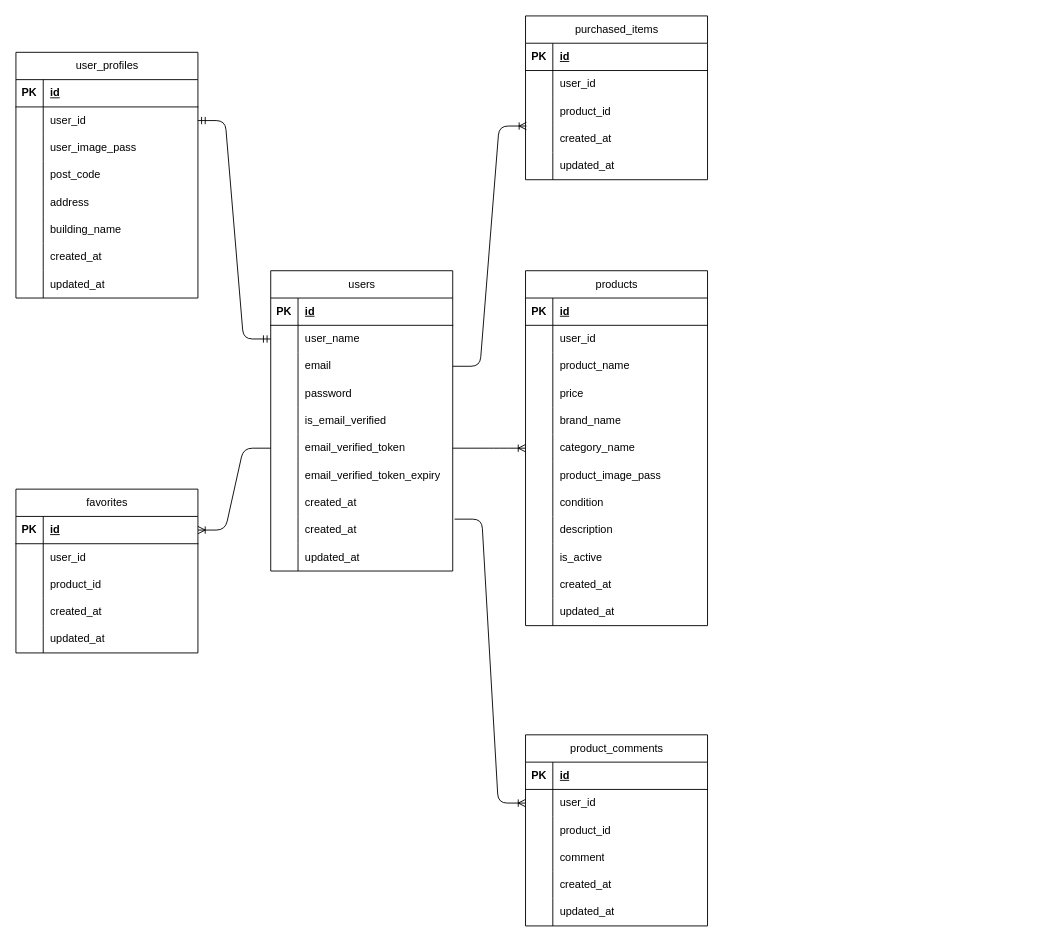
The draw.io diagram ER.drawio in tontonkun/Flea_Market, before the edit. Source tidied: cells renumbered, new cells numbered last; positions are measured from the earlier drawing's top-left corner, leaving out a move shared by most shapes. Both pictures are drawn from the tidied source at 91%, with x=0, y=0 at pixel (15, 15).
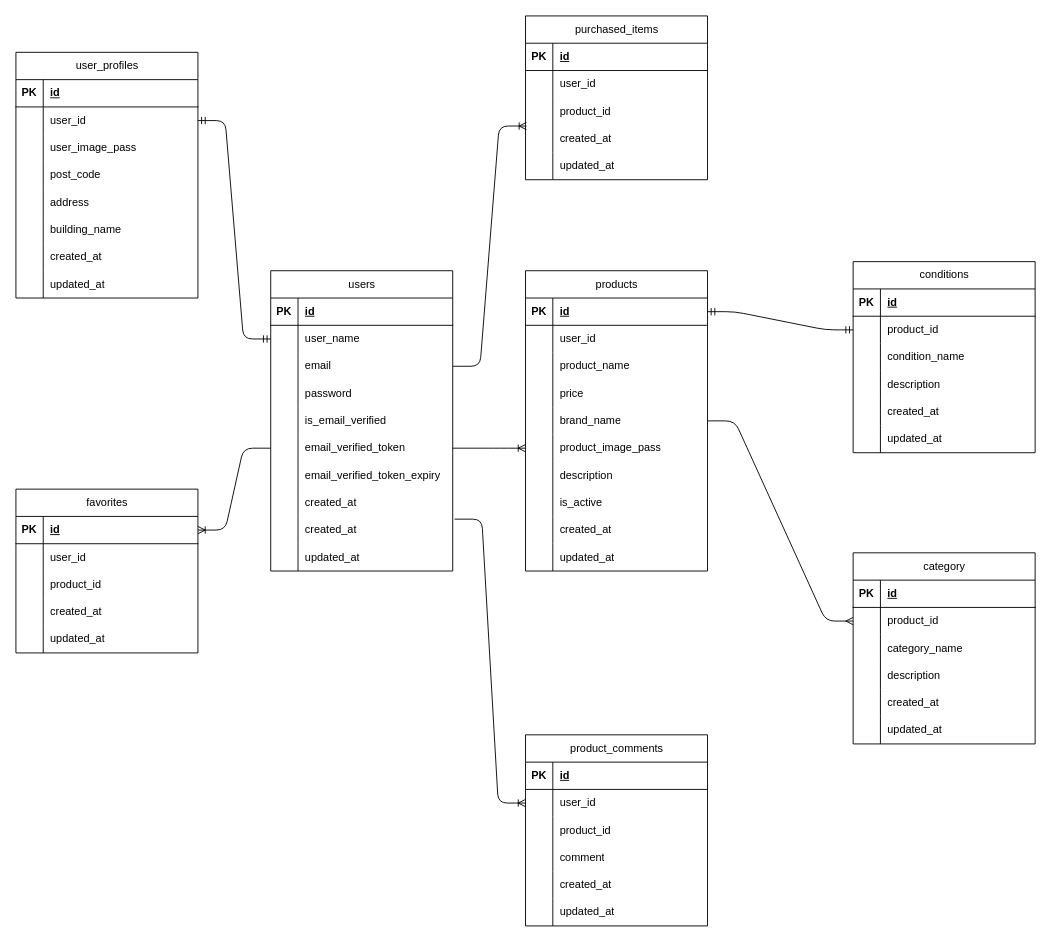
The same page after the edit.

Unchanged cells that the change refers to:
```xml
<mxCell id="18" style="shape=tableRow;horizontal=0;startSize=0;swimlaneHead=0;swimlaneBody=0;fillColor=none;points=[[0,0.5],[1,0.5]];portConstraint=eastwest;top=0;left=0;right=0;bottom=0;" parent="2" vertex="1">
  <mxGeometry y="180" width="200" height="30" as="geometry" />
</mxCell>
<mxCell id="78" style="shape=tableRow;horizontal=0;startSize=0;swimlaneHead=0;swimlaneBody=0;fillColor=none;points=[[0,0.5],[1,0.5]];portConstraint=eastwest;top=0;left=0;right=0;bottom=1;" parent="77" vertex="1">
  <mxGeometry y="30" width="200" height="30" as="geometry" />
</mxCell>
<mxCell id="90" style="shape=tableRow;horizontal=0;startSize=0;swimlaneHead=0;swimlaneBody=0;fillColor=none;points=[[0,0.5],[1,0.5]];portConstraint=eastwest;top=0;left=0;right=0;bottom=0;" parent="77" vertex="1">
  <mxGeometry y="150" width="200" height="30" as="geometry" />
</mxCell>
```

The edit, as a diff of the source:
```diff
@@
     <mxCell id="77" value="&lt;span style=&quot;font-weight: 400; text-wrap: wrap;&quot;&gt;&lt;font style=&quot;color: light-dark(rgb(0, 0, 0), rgb(255, 255, 255));&quot;&gt;products&lt;/font&gt;&lt;/span&gt;" style="shape=table;startSize=30;childLayout=tableLayout;rowLines=0;fontStyle=1;align=center;html=1;" parent="1" vertex="1">
-      <mxGeometry x="560" y="280" width="200" height="390" as="geometry" />
+      <mxGeometry x="560" y="280" width="200" height="330" as="geometry" />
     </mxCell>
@@
-    <mxCell id="93" style="shape=tableRow;horizontal=0;startSize=0;swimlaneHead=0;swimlaneBody=0;fillColor=none;points=[[0,0.5],[1,0.5]];portConstraint=eastwest;top=0;left=0;right=0;bottom=0;" parent="77" vertex="1">
-      <mxGeometry y="180" width="200" height="30" as="geometry" />
-    </mxCell>
-    <mxCell id="94" style="shape=partialRectangle;fillColor=none;top=0;left=0;bottom=0;right=0;overflow=hidden;whiteSpace=wrap;html=1;" parent="93" vertex="1">
-      <mxGeometry width="30" height="30" as="geometry" />
-    </mxCell>
-    <mxCell id="95" value="category_name" style="shape=partialRectangle;fillColor=none;top=0;left=0;bottom=0;right=0;align=left;spacingLeft=6;overflow=hidden;whiteSpace=wrap;html=1;" parent="93" vertex="1">
-      <mxGeometry x="30" width="170" height="30" as="geometry" />
-    </mxCell>
     <mxCell id="96" style="shape=tableRow;horizontal=0;startSize=0;swimlaneHead=0;swimlaneBody=0;fillColor=none;top=0;left=0;right=0;bottom=0;" parent="77" vertex="1">
-      <mxGeometry y="210" width="200" height="30" as="geometry" />
+      <mxGeometry y="180" width="200" height="30" as="geometry" />
     </mxCell>
@@
-    <mxCell id="99" style="shape=tableRow;horizontal=0;startSize=0;swimlaneHead=0;swimlaneBody=0;fillColor=none;top=0;left=0;right=0;bottom=0;" parent="77" vertex="1">
-      <mxGeometry y="240" width="200" height="30" as="geometry" />
-    </mxCell>
-    <mxCell id="100" style="shape=partialRectangle;fillColor=none;top=0;left=0;bottom=0;right=0;overflow=hidden;whiteSpace=wrap;html=1;" parent="99" vertex="1">
-      <mxGeometry width="30" height="30" as="geometry" />
-    </mxCell>
-    <mxCell id="101" value="condition" style="shape=partialRectangle;fillColor=none;top=0;left=0;bottom=0;right=0;align=left;spacingLeft=6;overflow=hidden;whiteSpace=wrap;html=1;" parent="99" vertex="1">
-      <mxGeometry x="30" width="170" height="30" as="geometry" />
-    </mxCell>
     <mxCell id="102" style="shape=tableRow;horizontal=0;startSize=0;swimlaneHead=0;swimlaneBody=0;fillColor=none;top=0;left=0;right=0;bottom=0;" parent="77" vertex="1">
-      <mxGeometry y="270" width="200" height="30" as="geometry" />
+      <mxGeometry y="210" width="200" height="30" as="geometry" />
     </mxCell>
@@
     <mxCell id="105" style="shape=tableRow;horizontal=0;startSize=0;swimlaneHead=0;swimlaneBody=0;fillColor=none;top=0;left=0;right=0;bottom=0;" parent="77" vertex="1">
-      <mxGeometry y="300" width="200" height="30" as="geometry" />
+      <mxGeometry y="240" width="200" height="30" as="geometry" />
     </mxCell>
@@
     <mxCell id="108" style="shape=tableRow;horizontal=0;startSize=0;swimlaneHead=0;swimlaneBody=0;fillColor=none;top=0;left=0;right=0;bottom=0;" parent="77" vertex="1">
-      <mxGeometry y="330" width="200" height="30" as="geometry" />
+      <mxGeometry y="270" width="200" height="30" as="geometry" />
     </mxCell>
@@
     <mxCell id="111" style="shape=tableRow;horizontal=0;startSize=0;swimlaneHead=0;swimlaneBody=0;fillColor=none;top=0;left=0;right=0;bottom=0;" parent="77" vertex="1">
-      <mxGeometry y="360" width="200" height="30" as="geometry" />
+      <mxGeometry y="300" width="200" height="30" as="geometry" />
     </mxCell>
@@
-    <mxCell id="149" style="edgeStyle=entityRelationEdgeStyle;fontSize=12;html=1;endArrow=ERoneToMany;entryX=0;entryY=0.5;entryDx=0;entryDy=0;exitX=1;exitY=0.5;exitDx=0;exitDy=0;" parent="1" edge="1" source="18" target="93">
-      <mxGeometry relative="1" as="geometry" />
+    <mxCell id="149" style="edgeStyle=entityRelationEdgeStyle;fontSize=12;html=1;endArrow=ERoneToMany;entryX=0;entryY=0.5;entryDx=0;entryDy=0;exitX=1;exitY=0.5;exitDx=0;exitDy=0;" parent="1" edge="1" source="18">
+      <mxGeometry relative="1" as="geometry">
+        <mxPoint x="560" y="475" as="targetPoint" />
+      </mxGeometry>
     </mxCell>
@@
+    <mxCell id="151" value="&lt;span style=&quot;font-weight: 400; text-wrap: wrap;&quot;&gt;&lt;font style=&quot;color: light-dark(rgb(0, 0, 0), rgb(255, 255, 255));&quot;&gt;conditions&lt;/font&gt;&lt;/span&gt;" style="shape=table;startSize=30;childLayout=tableLayout;rowLines=0;fontStyle=1;align=center;html=1;" parent="1" vertex="1">
+      <mxGeometry x="920" y="270" width="200" height="210" as="geometry" />
+    </mxCell>
+    <mxCell id="152" style="shape=tableRow;horizontal=0;startSize=0;swimlaneHead=0;swimlaneBody=0;fillColor=none;top=0;left=0;right=0;bottom=1;" parent="151" vertex="1">
+      <mxGeometry y="30" width="200" height="30" as="geometry" />
+    </mxCell>
+    <mxCell id="153" value="PK" style="shape=partialRectangle;fillColor=none;top=0;left=0;bottom=0;right=0;fontStyle=1;overflow=hidden;whiteSpace=wrap;html=1;" parent="152" vertex="1">
+      <mxGeometry width="30" height="30" as="geometry" />
+    </mxCell>
+    <mxCell id="154" value="id" style="shape=partialRectangle;fillColor=none;top=0;left=0;bottom=0;right=0;align=left;spacingLeft=6;fontStyle=5;overflow=hidden;whiteSpace=wrap;html=1;" parent="152" vertex="1">
+      <mxGeometry x="30" width="170" height="30" as="geometry" />
+    </mxCell>
+    <mxCell id="155" style="shape=tableRow;horizontal=0;startSize=0;swimlaneHead=0;swimlaneBody=0;fillColor=none;points=[[0,0.5],[1,0.5]];portConstraint=eastwest;top=0;left=0;right=0;bottom=0;" parent="151" vertex="1">
+      <mxGeometry y="60" width="200" height="30" as="geometry" />
+    </mxCell>
+    <mxCell id="156" style="shape=partialRectangle;fillColor=none;top=0;left=0;bottom=0;right=0;overflow=hidden;whiteSpace=wrap;html=1;" parent="155" vertex="1">
+      <mxGeometry width="30" height="30" as="geometry" />
+    </mxCell>
+    <mxCell id="157" value="product_id" style="shape=partialRectangle;fillColor=none;top=0;left=0;bottom=0;right=0;align=left;spacingLeft=6;overflow=hidden;whiteSpace=wrap;html=1;" parent="155" vertex="1">
+      <mxGeometry x="30" width="170" height="30" as="geometry" />
+    </mxCell>
+    <mxCell id="158" style="shape=tableRow;horizontal=0;startSize=0;swimlaneHead=0;swimlaneBody=0;fillColor=none;top=0;left=0;right=0;bottom=0;" parent="151" vertex="1">
+      <mxGeometry y="90" width="200" height="30" as="geometry" />
+    </mxCell>
+    <mxCell id="159" style="shape=partialRectangle;fillColor=none;top=0;left=0;bottom=0;right=0;overflow=hidden;whiteSpace=wrap;html=1;" parent="158" vertex="1">
+      <mxGeometry width="30" height="30" as="geometry" />
+    </mxCell>
+    <mxCell id="160" value="condition_name" style="shape=partialRectangle;fillColor=none;top=0;left=0;bottom=0;right=0;align=left;spacingLeft=6;overflow=hidden;whiteSpace=wrap;html=1;" parent="158" vertex="1">
+      <mxGeometry x="30" width="170" height="30" as="geometry" />
+    </mxCell>
+    <mxCell id="161" style="shape=tableRow;horizontal=0;startSize=0;swimlaneHead=0;swimlaneBody=0;fillColor=none;top=0;left=0;right=0;bottom=0;" parent="151" vertex="1">
+      <mxGeometry y="120" width="200" height="30" as="geometry" />
+    </mxCell>
+    <mxCell id="162" style="shape=partialRectangle;fillColor=none;top=0;left=0;bottom=0;right=0;overflow=hidden;whiteSpace=wrap;html=1;" parent="161" vertex="1">
+      <mxGeometry width="30" height="30" as="geometry" />
+    </mxCell>
+    <mxCell id="163" value="description" style="shape=partialRectangle;fillColor=none;top=0;left=0;bottom=0;right=0;align=left;spacingLeft=6;overflow=hidden;whiteSpace=wrap;html=1;" parent="161" vertex="1">
+      <mxGeometry x="30" width="170" height="30" as="geometry" />
+    </mxCell>
+    <mxCell id="164" style="shape=tableRow;horizontal=0;startSize=0;swimlaneHead=0;swimlaneBody=0;fillColor=none;top=0;left=0;right=0;bottom=0;" parent="151" vertex="1">
+      <mxGeometry y="150" width="200" height="30" as="geometry" />
+    </mxCell>
+    <mxCell id="165" style="shape=partialRectangle;fillColor=none;top=0;left=0;bottom=0;right=0;overflow=hidden;whiteSpace=wrap;html=1;" parent="164" vertex="1">
+      <mxGeometry width="30" height="30" as="geometry" />
+    </mxCell>
+    <mxCell id="166" value="created_at" style="shape=partialRectangle;fillColor=none;top=0;left=0;bottom=0;right=0;align=left;spacingLeft=6;overflow=hidden;whiteSpace=wrap;html=1;" parent="164" vertex="1">
+      <mxGeometry x="30" width="170" height="30" as="geometry" />
+    </mxCell>
+    <mxCell id="167" style="shape=tableRow;horizontal=0;startSize=0;swimlaneHead=0;swimlaneBody=0;fillColor=none;top=0;left=0;right=0;bottom=0;" parent="151" vertex="1">
+      <mxGeometry y="180" width="200" height="30" as="geometry" />
+    </mxCell>
+    <mxCell id="168" style="shape=partialRectangle;fillColor=none;top=0;left=0;bottom=0;right=0;overflow=hidden;whiteSpace=wrap;html=1;" parent="167" vertex="1">
+      <mxGeometry width="30" height="30" as="geometry" />
+    </mxCell>
+    <mxCell id="169" value="updated_at" style="shape=partialRectangle;fillColor=none;top=0;left=0;bottom=0;right=0;align=left;spacingLeft=6;overflow=hidden;whiteSpace=wrap;html=1;" parent="167" vertex="1">
+      <mxGeometry x="30" width="170" height="30" as="geometry" />
+    </mxCell>
+    <mxCell id="170" value="&lt;span style=&quot;font-weight: 400; text-wrap: wrap;&quot;&gt;&lt;font style=&quot;color: light-dark(rgb(0, 0, 0), rgb(255, 255, 255));&quot;&gt;category&lt;/font&gt;&lt;/span&gt;" style="shape=table;startSize=30;childLayout=tableLayout;rowLines=0;fontStyle=1;align=center;html=1;" parent="1" vertex="1">
+      <mxGeometry x="920" y="590" width="200" height="210" as="geometry" />
+    </mxCell>
+    <mxCell id="171" style="shape=tableRow;horizontal=0;startSize=0;swimlaneHead=0;swimlaneBody=0;fillColor=none;top=0;left=0;right=0;bottom=1;" parent="170" vertex="1">
+      <mxGeometry y="30" width="200" height="30" as="geometry" />
+    </mxCell>
+    <mxCell id="172" value="PK" style="shape=partialRectangle;fillColor=none;top=0;left=0;bottom=0;right=0;fontStyle=1;overflow=hidden;whiteSpace=wrap;html=1;" parent="171" vertex="1">
+      <mxGeometry width="30" height="30" as="geometry" />
+    </mxCell>
+    <mxCell id="173" value="id" style="shape=partialRectangle;fillColor=none;top=0;left=0;bottom=0;right=0;align=left;spacingLeft=6;fontStyle=5;overflow=hidden;whiteSpace=wrap;html=1;" parent="171" vertex="1">
+      <mxGeometry x="30" width="170" height="30" as="geometry" />
+    </mxCell>
+    <mxCell id="174" style="shape=tableRow;horizontal=0;startSize=0;swimlaneHead=0;swimlaneBody=0;fillColor=none;points=[[0,0.5],[1,0.5]];portConstraint=eastwest;top=0;left=0;right=0;bottom=0;" parent="170" vertex="1">
+      <mxGeometry y="60" width="200" height="30" as="geometry" />
+    </mxCell>
+    <mxCell id="175" style="shape=partialRectangle;fillColor=none;top=0;left=0;bottom=0;right=0;overflow=hidden;whiteSpace=wrap;html=1;" parent="174" vertex="1">
+      <mxGeometry width="30" height="30" as="geometry" />
+    </mxCell>
+    <mxCell id="176" value="product_id" style="shape=partialRectangle;fillColor=none;top=0;left=0;bottom=0;right=0;align=left;spacingLeft=6;overflow=hidden;whiteSpace=wrap;html=1;" parent="174" vertex="1">
+      <mxGeometry x="30" width="170" height="30" as="geometry" />
+    </mxCell>
+    <mxCell id="177" style="shape=tableRow;horizontal=0;startSize=0;swimlaneHead=0;swimlaneBody=0;fillColor=none;top=0;left=0;right=0;bottom=0;" parent="170" vertex="1">
+      <mxGeometry y="90" width="200" height="30" as="geometry" />
+    </mxCell>
+    <mxCell id="178" style="shape=partialRectangle;fillColor=none;top=0;left=0;bottom=0;right=0;overflow=hidden;whiteSpace=wrap;html=1;" parent="177" vertex="1">
+      <mxGeometry width="30" height="30" as="geometry" />
+    </mxCell>
+    <mxCell id="95" value="category_name" style="shape=partialRectangle;fillColor=none;top=0;left=0;bottom=0;right=0;align=left;spacingLeft=6;overflow=hidden;whiteSpace=wrap;html=1;" parent="177" vertex="1">
+      <mxGeometry x="30" width="170" height="30" as="geometry" />
+    </mxCell>
+    <mxCell id="179" style="shape=tableRow;horizontal=0;startSize=0;swimlaneHead=0;swimlaneBody=0;fillColor=none;top=0;left=0;right=0;bottom=0;" parent="170" vertex="1">
+      <mxGeometry y="120" width="200" height="30" as="geometry" />
+    </mxCell>
+    <mxCell id="180" style="shape=partialRectangle;fillColor=none;top=0;left=0;bottom=0;right=0;overflow=hidden;whiteSpace=wrap;html=1;" parent="179" vertex="1">
+      <mxGeometry width="30" height="30" as="geometry" />
+    </mxCell>
+    <mxCell id="181" value="description" style="shape=partialRectangle;fillColor=none;top=0;left=0;bottom=0;right=0;align=left;spacingLeft=6;overflow=hidden;whiteSpace=wrap;html=1;" parent="179" vertex="1">
+      <mxGeometry x="30" width="170" height="30" as="geometry" />
+    </mxCell>
+    <mxCell id="182" style="shape=tableRow;horizontal=0;startSize=0;swimlaneHead=0;swimlaneBody=0;fillColor=none;top=0;left=0;right=0;bottom=0;" parent="170" vertex="1">
+      <mxGeometry y="150" width="200" height="30" as="geometry" />
+    </mxCell>
+    <mxCell id="183" style="shape=partialRectangle;fillColor=none;top=0;left=0;bottom=0;right=0;overflow=hidden;whiteSpace=wrap;html=1;" parent="182" vertex="1">
+      <mxGeometry width="30" height="30" as="geometry" />
+    </mxCell>
+    <mxCell id="184" value="created_at" style="shape=partialRectangle;fillColor=none;top=0;left=0;bottom=0;right=0;align=left;spacingLeft=6;overflow=hidden;whiteSpace=wrap;html=1;" parent="182" vertex="1">
+      <mxGeometry x="30" width="170" height="30" as="geometry" />
+    </mxCell>
+    <mxCell id="185" style="shape=tableRow;horizontal=0;startSize=0;swimlaneHead=0;swimlaneBody=0;fillColor=none;top=0;left=0;right=0;bottom=0;" parent="170" vertex="1">
+      <mxGeometry y="180" width="200" height="30" as="geometry" />
+    </mxCell>
+    <mxCell id="186" style="shape=partialRectangle;fillColor=none;top=0;left=0;bottom=0;right=0;overflow=hidden;whiteSpace=wrap;html=1;" parent="185" vertex="1">
+      <mxGeometry width="30" height="30" as="geometry" />
+    </mxCell>
+    <mxCell id="187" value="updated_at" style="shape=partialRectangle;fillColor=none;top=0;left=0;bottom=0;right=0;align=left;spacingLeft=6;overflow=hidden;whiteSpace=wrap;html=1;" parent="185" vertex="1">
+      <mxGeometry x="30" width="170" height="30" as="geometry" />
+    </mxCell>
+    <mxCell id="188" style="edgeStyle=entityRelationEdgeStyle;fontSize=12;html=1;endArrow=ERmandOne;startArrow=ERmandOne;exitX=1;exitY=0.5;exitDx=0;exitDy=0;entryX=0;entryY=0.5;entryDx=0;entryDy=0;" parent="1" edge="1" source="78" target="155">
+      <mxGeometry relative="1" as="geometry" />
+    </mxCell>
+    <mxCell id="189" style="edgeStyle=entityRelationEdgeStyle;fontSize=12;html=1;endArrow=ERmany;exitX=1;exitY=0.5;exitDx=0;exitDy=0;entryX=0;entryY=0.5;entryDx=0;entryDy=0;" parent="1" edge="1" source="90" target="174">
+      <mxGeometry relative="1" as="geometry" />
+    </mxCell>
```
